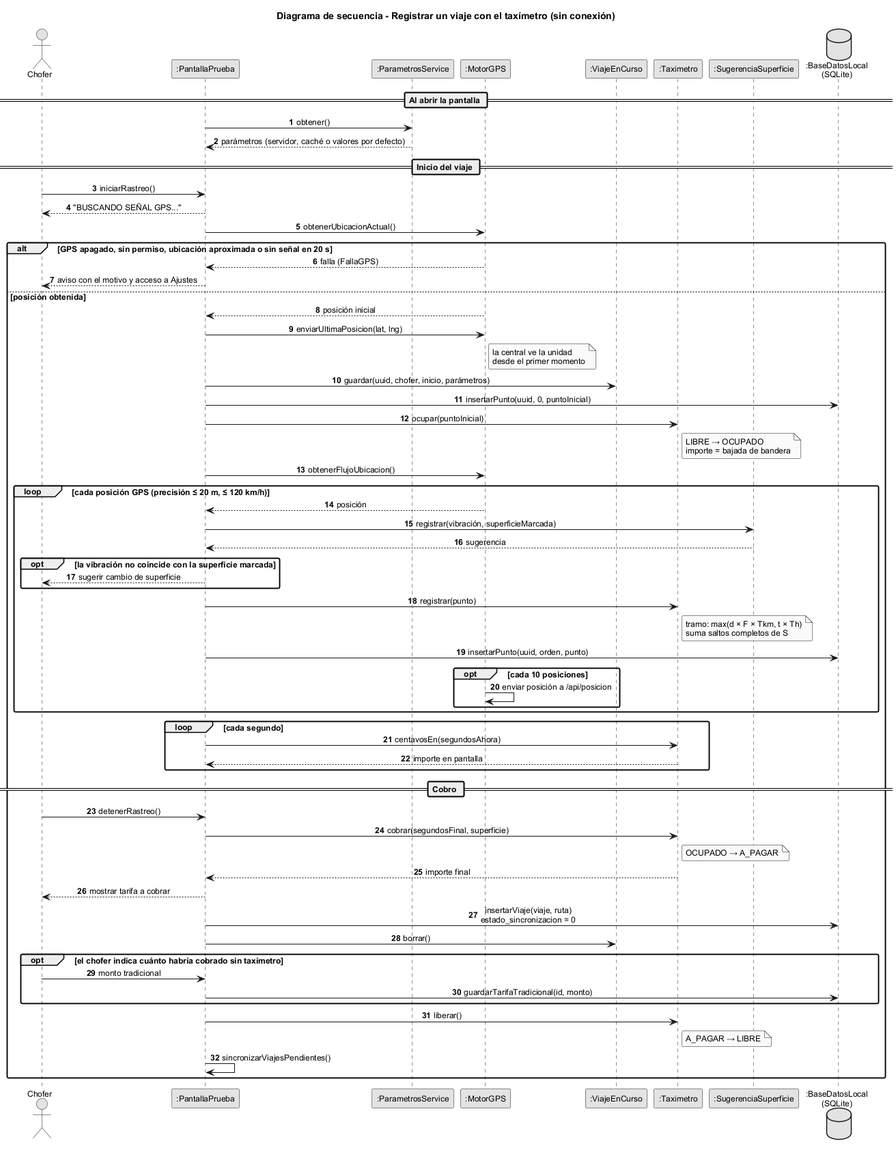
BenjexDtz/pulpos-taxis keeps this PlantUML diagram as diseno/uml/sec01_registrar_viaje.png. Above is the earlier version. Source of this version:
```plantuml
@startuml sec01_registrar_viaje
!include estilo.iuml
title Diagrama de secuencia - Registrar un viaje con el taxímetro (sin conexión)
autonumber

actor Chofer
participant ":PantallaPrueba" as UI
participant ":ParametrosService" as PS
participant ":MotorGPS" as GPS
participant ":ViajeEnCurso" as VC
participant ":Taximetro" as TX
participant ":SugerenciaSuperficie" as SS
database ":BaseDatosLocal\n(SQLite)" as BD

== Al abrir la pantalla ==
UI -> PS : obtener()
PS --> UI : parámetros (servidor, caché o valores por defecto)

== Inicio del viaje ==
Chofer -> UI : iniciarRastreo()
UI --> Chofer : "BUSCANDO SEÑAL GPS..."
UI -> GPS : obtenerUbicacionActual()
alt GPS apagado, sin permiso, ubicación aproximada o sin señal en 20 s
  GPS --> UI : falla (FallaGPS)
  UI --> Chofer : aviso con el motivo y acceso a Ajustes
else posición obtenida
  GPS --> UI : posición inicial
  UI -> GPS : enviarUltimaPosicion(lat, lng)
  note right of GPS : la central ve la unidad\ndesde el primer momento
  UI -> VC : guardar(uuid, chofer, inicio, parámetros)
  UI -> BD : insertarPunto(uuid, 0, puntoInicial)
  UI -> TX : ocupar(puntoInicial)
  note right of TX : LIBRE → OCUPADO\nimporte = bajada de bandera
  UI -> GPS : obtenerFlujoUbicacion()

  loop cada posición GPS (precisión ≤ 20 m, ≤ 120 km/h)
    GPS --> UI : posición
    UI -> SS : registrar(vibración, superficieMarcada)
    SS --> UI : sugerencia
    opt la vibración no coincide con la superficie marcada
      UI --> Chofer : sugerir cambio de superficie
    end
    UI -> TX : registrar(punto)
    note right of TX : tramo: max(d × F × Tkm, t × Th)\nsuma saltos completos de S
    UI -> BD : insertarPunto(uuid, orden, punto)
    opt cada 10 posiciones
      GPS -> GPS : enviar posición a /api/posicion
    end
  end

  loop cada segundo
    UI -> TX : centavosEn(segundosAhora)
    TX --> UI : importe en pantalla
  end

  == Cobro ==
  Chofer -> UI : detenerRastreo()
  UI -> TX : cobrar(segundosFinal, superficie)
  note right of TX : OCUPADO → A_PAGAR
  TX --> UI : importe final
  UI --> Chofer : mostrar tarifa a cobrar
  UI -> BD : insertarViaje(viaje, ruta)\nestado_sincronizacion = 0
  UI -> VC : borrar()
  opt el chofer indica cuánto habría cobrado sin taxímetro
    Chofer -> UI : monto tradicional
    UI -> BD : guardarTarifaTradicional(id, monto)
  end
  UI -> TX : liberar()
  note right of TX : A_PAGAR → LIBRE
  UI -> UI : sincronizarViajesPendientes()
end
@enduml
```
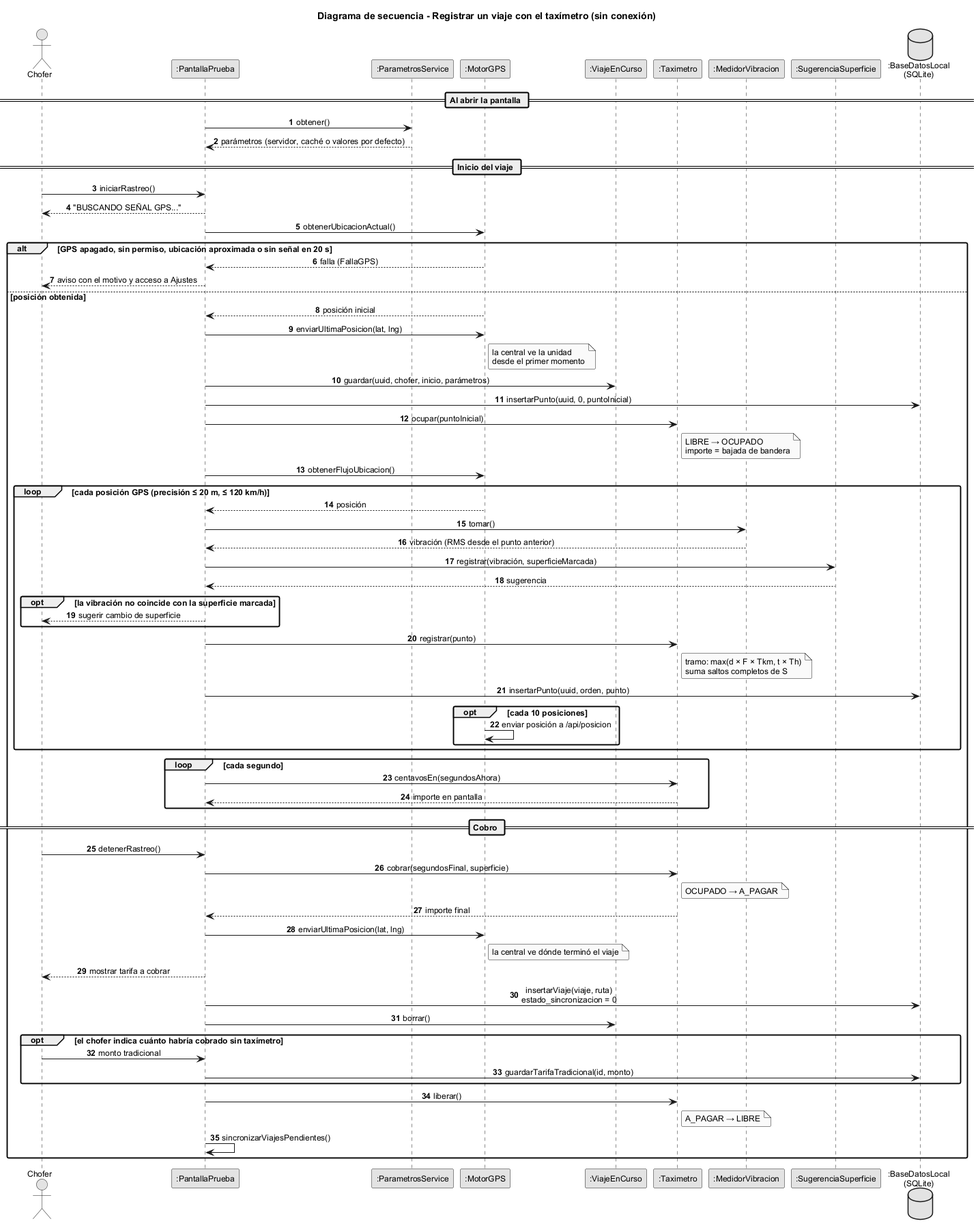
The same file after the commit.

Diff of the diagram source:
```diff
@@ -9,6 +9,7 @@
 participant ":MotorGPS" as GPS
 participant ":ViajeEnCurso" as VC
 participant ":Taximetro" as TX
+participant ":MedidorVibracion" as MV
 participant ":SugerenciaSuperficie" as SS
 database ":BaseDatosLocal\n(SQLite)" as BD
 
@@ -35,6 +36,8 @@
 
   loop cada posición GPS (precisión ≤ 20 m, ≤ 120 km/h)
     GPS --> UI : posición
+    UI -> MV : tomar()
+    MV --> UI : vibración (RMS desde el punto anterior)
     UI -> SS : registrar(vibración, superficieMarcada)
     SS --> UI : sugerencia
     opt la vibración no coincide con la superficie marcada
@@ -58,6 +61,8 @@
   UI -> TX : cobrar(segundosFinal, superficie)
   note right of TX : OCUPADO → A_PAGAR
   TX --> UI : importe final
+  UI -> GPS : enviarUltimaPosicion(lat, lng)
+  note right of GPS : la central ve dónde terminó el viaje
   UI --> Chofer : mostrar tarifa a cobrar
   UI -> BD : insertarViaje(viaje, ruta)\nestado_sincronizacion = 0
   UI -> VC : borrar()
```
